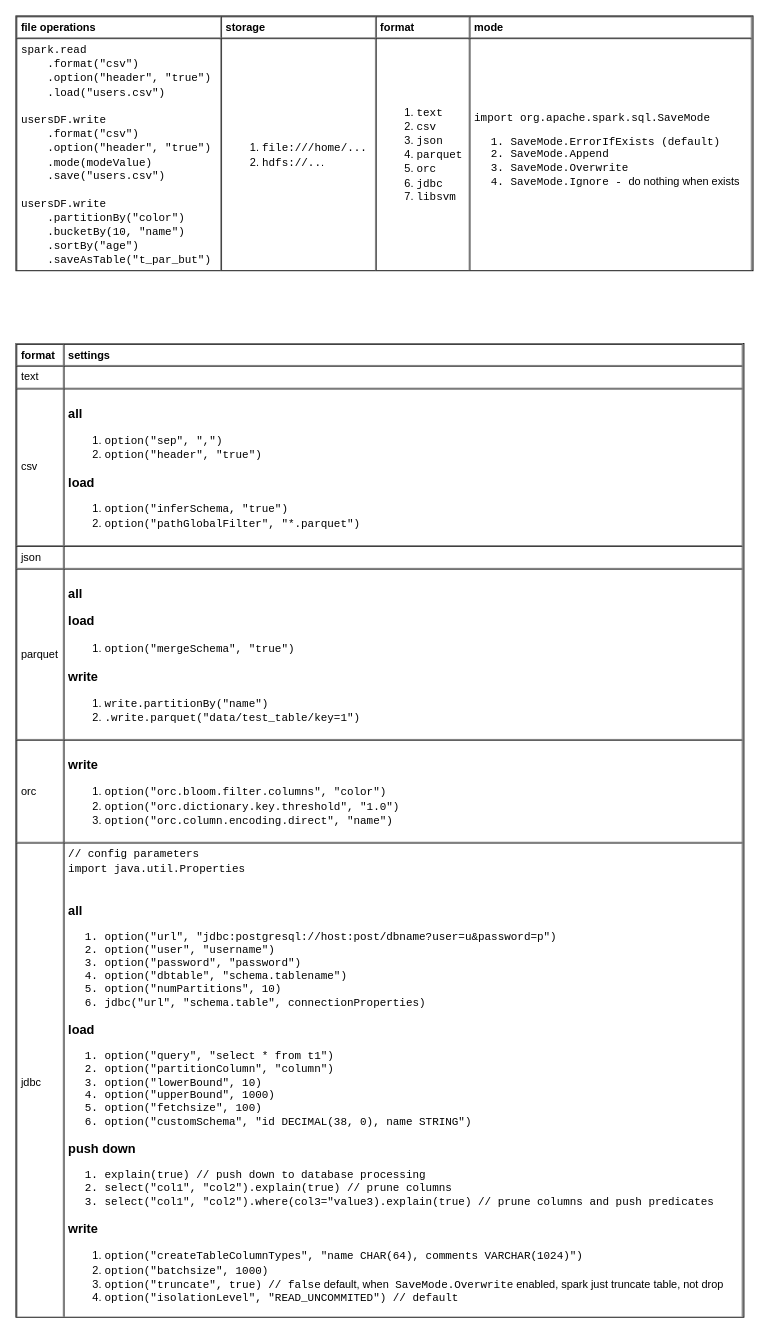
The draw.io diagram page "source-file" (3 of 5) of languages/scala/spark.drawio in yangdj/tf_docs, before the edit. Source tidied: cells renumbered, new cells numbered last; positions are measured from the earlier drawing's top-left corner, leaving out a move shared by most shapes. Both pictures are drawn from the tidied source at 91%, with x=0, y=0 at pixel (15, 15).
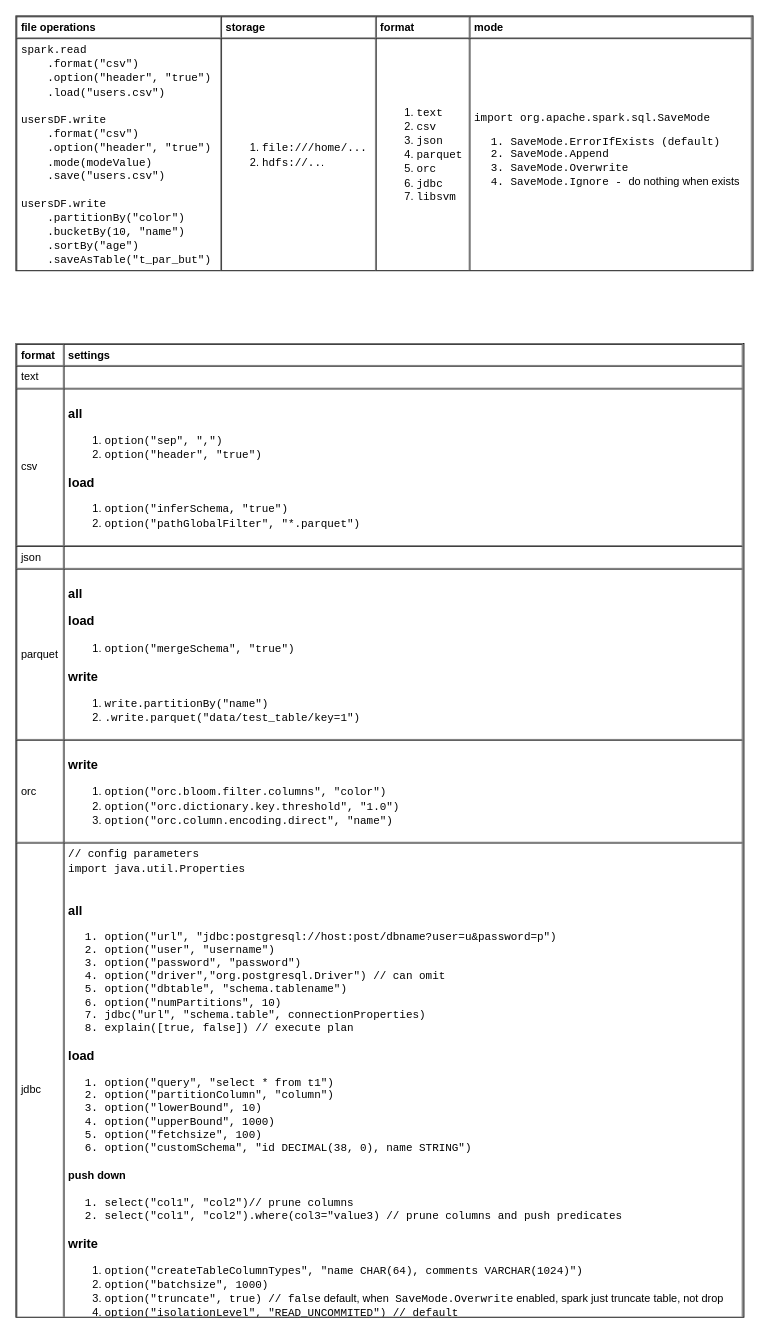
The same page after the edit.

The edit, as a diff of the source:
```diff
@@
 <mxGraphModel>
   <root>
     <mxCell id="0" />
     <mxCell id="1" parent="0" />
-    <mxCell id="2" value="&lt;table cellpadding=&quot;4&quot; cellspacing=&quot;0&quot; border=&quot;1&quot; style=&quot;font-size: 1em ; width: 100% ; height: 100%&quot;&gt;&lt;tbody&gt;&lt;tr&gt;&lt;th&gt;format&lt;/th&gt;&lt;th&gt;settings&lt;/th&gt;&lt;/tr&gt;&lt;tr&gt;&lt;td&gt;text&lt;/td&gt;&lt;td&gt;&lt;br&gt;&lt;/td&gt;&lt;/tr&gt;&lt;tr&gt;&lt;td&gt;csv&lt;/td&gt;&lt;td&gt;&lt;h3&gt;all&lt;/h3&gt;&lt;ol&gt;&lt;li&gt;&lt;font face=&quot;Courier New&quot;&gt;option(&quot;sep&quot;, &quot;,&quot;)&lt;/font&gt;&lt;/li&gt;&lt;li&gt;&lt;font face=&quot;Courier New&quot;&gt;option(&quot;header&quot;, &quot;true&quot;)&lt;/font&gt;&lt;/li&gt;&lt;/ol&gt;&lt;h3&gt;load&lt;/h3&gt;&lt;ol&gt;&lt;li&gt;&lt;font face=&quot;Courier New&quot;&gt;option(&quot;inferSchema, &quot;true&quot;)&lt;/font&gt;&lt;/li&gt;&lt;li&gt;&lt;font face=&quot;Courier New&quot;&gt;option(&quot;pathGlobalFilter&quot;, &quot;*.parquet&quot;)&lt;/font&gt;&lt;/li&gt;&lt;/ol&gt;&lt;/td&gt;&lt;/tr&gt;&lt;tr&gt;&lt;td&gt;json&lt;/td&gt;&lt;td&gt;&lt;/td&gt;&lt;/tr&gt;&lt;tr&gt;&lt;td&gt;parquet&lt;/td&gt;&lt;td&gt;&lt;h3&gt;all&lt;/h3&gt;&lt;h3&gt;load&lt;/h3&gt;&lt;ol&gt;&lt;li&gt;&lt;font face=&quot;Courier New&quot;&gt;option(&quot;mergeSchema&quot;, &quot;true&quot;)&lt;/font&gt;&lt;/li&gt;&lt;/ol&gt;&lt;h3&gt;write&lt;/h3&gt;&lt;div&gt;&lt;ol&gt;&lt;li&gt;&lt;font face=&quot;Courier New&quot;&gt;write.partitionBy(&quot;name&quot;)&lt;/font&gt;&lt;/li&gt;&lt;li&gt;&lt;font face=&quot;Courier New&quot;&gt;.write.parquet(&quot;data/test_table/key=1&quot;)&lt;/font&gt;&lt;/li&gt;&lt;/ol&gt;&lt;/div&gt;&lt;/td&gt;&lt;/tr&gt;&lt;tr&gt;&lt;td&gt;orc&lt;/td&gt;&lt;td&gt;&lt;h3&gt;write&lt;/h3&gt;&lt;div&gt;&lt;ol&gt;&lt;li&gt;&lt;font face=&quot;Courier New&quot;&gt;option(&quot;orc.bloom.filter.columns&quot;, &quot;color&quot;)&lt;/font&gt;&lt;/li&gt;&lt;li&gt;&lt;font face=&quot;Courier New&quot;&gt;option(&quot;orc.dictionary.key.threshold&quot;, &quot;1.0&quot;)&lt;/font&gt;&lt;/li&gt;&lt;li&gt;&lt;font face=&quot;Courier New&quot;&gt;option(&quot;orc.column.encoding.direct&quot;, &quot;name&quot;)&lt;/font&gt;&lt;/li&gt;&lt;/ol&gt;&lt;/div&gt;&lt;/td&gt;&lt;/tr&gt;&lt;tr&gt;&lt;td&gt;jdbc&lt;/td&gt;&lt;td&gt;&lt;font face=&quot;Courier New&quot;&gt;// config parameters&lt;br&gt;import java.util.Properties&lt;br&gt;&lt;br&gt;&lt;/font&gt;&lt;h3&gt;all&lt;/h3&gt;&lt;ol style=&quot;font-family: &amp;#34;courier new&amp;#34;&quot;&gt;&lt;li&gt;&lt;font face=&quot;Courier New&quot;&gt;option(&quot;url&quot;, &quot;jdbc:postgresql://host:post/dbname?user=u&amp;amp;password=p&quot;)&lt;/font&gt;&lt;/li&gt;&lt;li&gt;&lt;font face=&quot;Courier New&quot;&gt;option(&quot;user&quot;, &quot;username&quot;)&lt;/font&gt;&lt;/li&gt;&lt;li&gt;&lt;font face=&quot;Courier New&quot;&gt;option(&quot;password&quot;, &quot;password&quot;)&lt;/font&gt;&lt;/li&gt;&lt;li&gt;&lt;font face=&quot;Courier New&quot;&gt;option(&quot;dbtable&quot;, &quot;schema.tablename&quot;)&lt;/font&gt;&lt;/li&gt;&lt;li&gt;&lt;font face=&quot;Courier New&quot;&gt;option(&quot;numPartitions&quot;, 10)&lt;/font&gt;&lt;/li&gt;&lt;li&gt;&lt;font face=&quot;Courier New&quot;&gt;jdbc(&quot;url&quot;, &quot;schema.table&quot;, connectionProperties)&lt;/font&gt;&lt;/li&gt;&lt;/ol&gt;&lt;h3&gt;load&lt;/h3&gt;&lt;div&gt;&lt;div&gt;&lt;ol&gt;&lt;li style=&quot;font-family: &amp;#34;courier new&amp;#34;&quot;&gt;&lt;font face=&quot;Courier New&quot;&gt;option(&quot;query&quot;, &quot;select * from t1&quot;)&lt;/font&gt;&lt;/li&gt;&lt;li style=&quot;font-family: &amp;#34;courier new&amp;#34;&quot;&gt;option(&quot;partitionColumn&quot;, &quot;column&quot;)&lt;/li&gt;&lt;li style=&quot;font-family: &amp;#34;courier new&amp;#34;&quot;&gt;option(&quot;lowerBound&quot;, 10)&lt;/li&gt;&lt;li style=&quot;font-family: &amp;#34;courier new&amp;#34;&quot;&gt;option(&quot;upperBound&quot;, 1000)&lt;/li&gt;&lt;li style=&quot;font-family: &amp;#34;courier new&amp;#34;&quot;&gt;option(&quot;fetchsize&quot;, 100)&lt;/li&gt;&lt;li style=&quot;font-family: &amp;#34;courier new&amp;#34;&quot;&gt;option(&quot;customSchema&quot;, &quot;id DECIMAL(38, 0), name STRING&quot;)&lt;/li&gt;&lt;/ol&gt;&lt;h3&gt;push down&lt;/h3&gt;&lt;ol&gt;&lt;li style=&quot;font-family: &amp;#34;courier new&amp;#34;&quot;&gt;explain(true) // push down to database processing&lt;/li&gt;&lt;li style=&quot;font-family: &amp;#34;courier new&amp;#34;&quot;&gt;select(&quot;col1&quot;, &quot;col2&quot;).explain(true) // prune columns&lt;/li&gt;&lt;li style=&quot;font-family: &amp;#34;courier new&amp;#34;&quot;&gt;select(&quot;col1&quot;, &quot;col2&quot;).where(col3=&quot;value3).explain(true) // prune columns and push predicates&lt;br&gt;&lt;/li&gt;&lt;/ol&gt;&lt;/div&gt;&lt;h3&gt;write&lt;/h3&gt;&lt;/div&gt;&lt;div&gt;&lt;ol&gt;&lt;li&gt;&lt;font face=&quot;Courier New&quot;&gt;option(&quot;createTableColumnTypes&quot;, &quot;name CHAR(64), comments VARCHAR(1024)&quot;)&lt;/font&gt;&lt;/li&gt;&lt;li&gt;&lt;font face=&quot;Courier New&quot;&gt;option(&quot;batchsize&quot;, 1000)&lt;/font&gt;&lt;/li&gt;&lt;li&gt;&lt;font face=&quot;Courier New&quot;&gt;option(&quot;truncate&quot;, true) // false&lt;/font&gt; default, when&lt;font face=&quot;Courier New&quot;&gt; SaveMode.Overwrite&lt;/font&gt; enabled, spark just truncate table, not drop&lt;/li&gt;&lt;li&gt;&lt;font face=&quot;Courier New&quot;&gt;option(&quot;isolationLevel&quot;, &quot;READ_UNCOMMITED&quot;) // default&lt;/font&gt;&lt;/li&gt;&lt;/ol&gt;&lt;/div&gt;&lt;/td&gt;&lt;/tr&gt;&lt;/tbody&gt;&lt;/table&gt; " style="verticalAlign=top;align=left;overflow=fill;fontSize=12;fontFamily=Helvetica;html=1;" parent="1" vertex="1">
+    <mxCell id="2" value="&lt;table cellpadding=&quot;4&quot; cellspacing=&quot;0&quot; border=&quot;1&quot; style=&quot;font-size: 1em ; width: 100% ; height: 100%&quot;&gt;&lt;tbody&gt;&lt;tr&gt;&lt;th&gt;format&lt;/th&gt;&lt;th&gt;settings&lt;/th&gt;&lt;/tr&gt;&lt;tr&gt;&lt;td&gt;text&lt;/td&gt;&lt;td&gt;&lt;br&gt;&lt;/td&gt;&lt;/tr&gt;&lt;tr&gt;&lt;td&gt;csv&lt;/td&gt;&lt;td&gt;&lt;h3&gt;all&lt;/h3&gt;&lt;ol&gt;&lt;li&gt;&lt;font face=&quot;Courier New&quot;&gt;option(&quot;sep&quot;, &quot;,&quot;)&lt;/font&gt;&lt;/li&gt;&lt;li&gt;&lt;font face=&quot;Courier New&quot;&gt;option(&quot;header&quot;, &quot;true&quot;)&lt;/font&gt;&lt;/li&gt;&lt;/ol&gt;&lt;h3&gt;load&lt;/h3&gt;&lt;ol&gt;&lt;li&gt;&lt;font face=&quot;Courier New&quot;&gt;option(&quot;inferSchema, &quot;true&quot;)&lt;/font&gt;&lt;/li&gt;&lt;li&gt;&lt;font face=&quot;Courier New&quot;&gt;option(&quot;pathGlobalFilter&quot;, &quot;*.parquet&quot;)&lt;/font&gt;&lt;/li&gt;&lt;/ol&gt;&lt;/td&gt;&lt;/tr&gt;&lt;tr&gt;&lt;td&gt;json&lt;/td&gt;&lt;td&gt;&lt;/td&gt;&lt;/tr&gt;&lt;tr&gt;&lt;td&gt;parquet&lt;/td&gt;&lt;td&gt;&lt;h3&gt;all&lt;/h3&gt;&lt;h3&gt;load&lt;/h3&gt;&lt;ol&gt;&lt;li&gt;&lt;font face=&quot;Courier New&quot;&gt;option(&quot;mergeSchema&quot;, &quot;true&quot;)&lt;/font&gt;&lt;/li&gt;&lt;/ol&gt;&lt;h3&gt;write&lt;/h3&gt;&lt;div&gt;&lt;ol&gt;&lt;li&gt;&lt;font face=&quot;Courier New&quot;&gt;write.partitionBy(&quot;name&quot;)&lt;/font&gt;&lt;/li&gt;&lt;li&gt;&lt;font face=&quot;Courier New&quot;&gt;.write.parquet(&quot;data/test_table/key=1&quot;)&lt;/font&gt;&lt;/li&gt;&lt;/ol&gt;&lt;/div&gt;&lt;/td&gt;&lt;/tr&gt;&lt;tr&gt;&lt;td&gt;orc&lt;/td&gt;&lt;td&gt;&lt;h3&gt;write&lt;/h3&gt;&lt;div&gt;&lt;ol&gt;&lt;li&gt;&lt;font face=&quot;Courier New&quot;&gt;option(&quot;orc.bloom.filter.columns&quot;, &quot;color&quot;)&lt;/font&gt;&lt;/li&gt;&lt;li&gt;&lt;font face=&quot;Courier New&quot;&gt;option(&quot;orc.dictionary.key.threshold&quot;, &quot;1.0&quot;)&lt;/font&gt;&lt;/li&gt;&lt;li&gt;&lt;font face=&quot;Courier New&quot;&gt;option(&quot;orc.column.encoding.direct&quot;, &quot;name&quot;)&lt;/font&gt;&lt;/li&gt;&lt;/ol&gt;&lt;/div&gt;&lt;/td&gt;&lt;/tr&gt;&lt;tr&gt;&lt;td&gt;jdbc&lt;/td&gt;&lt;td&gt;&lt;font face=&quot;Courier New&quot;&gt;// config parameters&lt;br&gt;import java.util.Properties&lt;br&gt;&lt;br&gt;&lt;/font&gt;&lt;h3&gt;all&lt;/h3&gt;&lt;ol&gt;&lt;li style=&quot;font-family: &amp;#34;courier new&amp;#34;&quot;&gt;&lt;font face=&quot;Courier New&quot;&gt;option(&quot;url&quot;, &quot;jdbc:postgresql://host:post/dbname?user=u&amp;amp;password=p&quot;)&lt;/font&gt;&lt;/li&gt;&lt;li style=&quot;font-family: &amp;#34;courier new&amp;#34;&quot;&gt;&lt;font face=&quot;Courier New&quot;&gt;option(&quot;user&quot;, &quot;username&quot;)&lt;/font&gt;&lt;/li&gt;&lt;li style=&quot;font-family: &amp;#34;courier new&amp;#34;&quot;&gt;&lt;font face=&quot;Courier New&quot;&gt;option(&quot;password&quot;, &quot;password&quot;)&lt;/font&gt;&lt;/li&gt;&lt;li style=&quot;font-family: &amp;#34;courier new&amp;#34;&quot;&gt;option(&quot;driver&quot;,&quot;org.postgresql.Driver&quot;) // can omit&lt;/li&gt;&lt;li style=&quot;font-family: &amp;#34;courier new&amp;#34;&quot;&gt;&lt;font face=&quot;Courier New&quot;&gt;option(&quot;dbtable&quot;, &quot;schema.tablename&quot;)&lt;/font&gt;&lt;/li&gt;&lt;li style=&quot;font-family: &amp;#34;courier new&amp;#34;&quot;&gt;&lt;font face=&quot;Courier New&quot;&gt;option(&quot;numPartitions&quot;, 10)&lt;/font&gt;&lt;/li&gt;&lt;li style=&quot;font-family: &amp;#34;courier new&amp;#34;&quot;&gt;&lt;font face=&quot;Courier New&quot;&gt;jdbc(&quot;url&quot;, &quot;schema.table&quot;, connectionProperties)&lt;/font&gt;&lt;/li&gt;&lt;li style=&quot;font-family: &amp;#34;courier new&amp;#34;&quot;&gt;&lt;font face=&quot;Courier New&quot;&gt;explain([true, false]) // execute plan&lt;/font&gt;&lt;/li&gt;&lt;/ol&gt;&lt;h3&gt;load&lt;/h3&gt;&lt;div&gt;&lt;div&gt;&lt;ol&gt;&lt;li style=&quot;font-family: &amp;#34;courier new&amp;#34;&quot;&gt;&lt;font face=&quot;Courier New&quot;&gt;option(&quot;query&quot;, &quot;select * from t1&quot;)&lt;/font&gt;&lt;/li&gt;&lt;li style=&quot;font-family: &amp;#34;courier new&amp;#34;&quot;&gt;option(&quot;partitionColumn&quot;, &quot;column&quot;)&lt;/li&gt;&lt;li style=&quot;font-family: &amp;#34;courier new&amp;#34;&quot;&gt;option(&quot;lowerBound&quot;, 10)&lt;/li&gt;&lt;li style=&quot;font-family: &amp;#34;courier new&amp;#34;&quot;&gt;option(&quot;upperBound&quot;, 1000)&lt;/li&gt;&lt;li style=&quot;font-family: &amp;#34;courier new&amp;#34;&quot;&gt;option(&quot;fetchsize&quot;, 100)&lt;/li&gt;&lt;li style=&quot;font-family: &amp;#34;courier new&amp;#34;&quot;&gt;option(&quot;customSchema&quot;, &quot;id DECIMAL(38, 0), name STRING&quot;)&lt;/li&gt;&lt;/ol&gt;&lt;h4&gt;push down&lt;/h4&gt;&lt;ol&gt;&lt;li style=&quot;font-family: &amp;#34;courier new&amp;#34;&quot;&gt;&lt;span style=&quot;font-size: 1em&quot;&gt;select(&quot;col1&quot;, &quot;col2&quot;)// prune columns&lt;/span&gt;&lt;br&gt;&lt;/li&gt;&lt;li style=&quot;font-family: &amp;#34;courier new&amp;#34;&quot;&gt;select(&quot;col1&quot;, &quot;col2&quot;).where(col3=&quot;value3) // prune columns and push predicates&lt;br&gt;&lt;/li&gt;&lt;/ol&gt;&lt;/div&gt;&lt;h3&gt;write&lt;/h3&gt;&lt;/div&gt;&lt;div&gt;&lt;ol&gt;&lt;li&gt;&lt;font face=&quot;Courier New&quot;&gt;option(&quot;createTableColumnTypes&quot;, &quot;name CHAR(64), comments VARCHAR(1024)&quot;)&lt;/font&gt;&lt;/li&gt;&lt;li&gt;&lt;font face=&quot;Courier New&quot;&gt;option(&quot;batchsize&quot;, 1000)&lt;/font&gt;&lt;/li&gt;&lt;li&gt;&lt;font face=&quot;Courier New&quot;&gt;option(&quot;truncate&quot;, true) // false&lt;/font&gt; default, when&lt;font face=&quot;Courier New&quot;&gt; SaveMode.Overwrite&lt;/font&gt; enabled, spark just truncate table, not drop&lt;/li&gt;&lt;li&gt;&lt;font face=&quot;Courier New&quot;&gt;option(&quot;isolationLevel&quot;, &quot;READ_UNCOMMITED&quot;) // default&lt;/font&gt;&lt;/li&gt;&lt;/ol&gt;&lt;/div&gt;&lt;/td&gt;&lt;/tr&gt;&lt;/tbody&gt;&lt;/table&gt; " style="verticalAlign=top;align=left;overflow=fill;fontSize=12;fontFamily=Helvetica;html=1;" parent="1" vertex="1">
       <mxGeometry y="360" width="800" height="1070" as="geometry" />
     </mxCell>
     <mxCell id="3" value="&lt;table cellpadding=&quot;4&quot; cellspacing=&quot;0&quot; border=&quot;1&quot; style=&quot;font-size: 1em ; width: 100% ; height: 100%&quot;&gt;&lt;tbody&gt;&lt;tr&gt;&lt;th&gt;file operations&lt;/th&gt;&lt;td&gt;&lt;b&gt;storage&lt;/b&gt;&lt;/td&gt;&lt;th&gt;format&lt;/th&gt;&lt;td&gt;&lt;b&gt;mode&lt;/b&gt;&lt;/td&gt;&lt;/tr&gt;&lt;tr&gt;&lt;td&gt;&lt;font face=&quot;Courier New&quot;&gt;spark.read&lt;br&gt;&amp;nbsp; &amp;nbsp; .format(&quot;csv&quot;)&lt;br&gt;&amp;nbsp; &amp;nbsp; .option(&quot;header&quot;, &quot;true&quot;)&lt;br&gt;&amp;nbsp; &amp;nbsp; .load(&quot;users.csv&quot;)&lt;br&gt;&lt;br&gt;usersDF.write&lt;br&gt;&amp;nbsp; &amp;nbsp; .format(&quot;csv&quot;)&lt;br&gt;&amp;nbsp; &amp;nbsp; .option(&quot;header&quot;, &quot;true&quot;)&lt;br&gt;&amp;nbsp; &amp;nbsp; .mode(modeValue)&lt;br&gt;&amp;nbsp; &amp;nbsp; .save(&quot;users.csv&quot;)&lt;br&gt;&lt;br&gt;usersDF.write&lt;br&gt;&amp;nbsp; &amp;nbsp; .partitionBy(&quot;color&quot;)&lt;br&gt;&amp;nbsp; &amp;nbsp; .bucketBy(10, &quot;name&quot;)&lt;br&gt;&amp;nbsp; &amp;nbsp; .sortBy(&quot;age&quot;)&lt;br&gt;&amp;nbsp; &amp;nbsp; .saveAsTable(&quot;t_par_but&quot;)&lt;/font&gt;&lt;/td&gt;&lt;td&gt;&lt;ol&gt;&lt;li&gt;&lt;font face=&quot;Courier New&quot;&gt;file:///home/...&lt;/font&gt;&lt;/li&gt;&lt;li&gt;&lt;font face=&quot;Courier New&quot;&gt;hdfs://..&lt;/font&gt;.&lt;/li&gt;&lt;/ol&gt;&lt;/td&gt;&lt;td&gt;&lt;ol&gt;&lt;li&gt;&lt;font face=&quot;Courier New&quot;&gt;text&lt;/font&gt;&lt;/li&gt;&lt;li&gt;&lt;font face=&quot;Courier New&quot;&gt;csv&lt;/font&gt;&lt;/li&gt;&lt;li&gt;&lt;font face=&quot;Courier New&quot;&gt;json&lt;/font&gt;&lt;/li&gt;&lt;li&gt;&lt;font face=&quot;Courier New&quot;&gt;parquet&lt;/font&gt;&lt;/li&gt;&lt;li&gt;&lt;font face=&quot;Courier New&quot;&gt;orc&lt;/font&gt;&lt;/li&gt;&lt;li&gt;&lt;font face=&quot;Courier New&quot;&gt;jdbc&lt;/font&gt;&lt;/li&gt;&lt;li&gt;&lt;font face=&quot;Courier New&quot;&gt;libsvm&lt;/font&gt;&lt;/li&gt;&lt;/ol&gt;&lt;/td&gt;&lt;td&gt;&lt;font face=&quot;Courier New&quot;&gt;import org.apache.spark.sql.SaveMode&lt;/font&gt;&lt;br&gt;&lt;ol&gt;&lt;li style=&quot;font-family: &amp;#34;courier new&amp;#34;&quot;&gt;SaveMode.ErrorIfExists (default)&lt;/li&gt;&lt;li style=&quot;font-family: &amp;#34;courier new&amp;#34;&quot;&gt;SaveMode.Append&lt;/li&gt;&lt;li style=&quot;font-family: &amp;#34;courier new&amp;#34;&quot;&gt;SaveMode.Overwrite&lt;/li&gt;&lt;li style=&quot;font-family: &amp;#34;courier new&amp;#34;&quot;&gt;&lt;font face=&quot;Courier New&quot; style=&quot;font-size: 1em&quot;&gt;SaveMode.Ignore - &lt;/font&gt;&lt;span style=&quot;font-size: 1em ; font-family: &amp;#34;helvetica&amp;#34;&quot;&gt;do nothing when exists&lt;/span&gt;&lt;/li&gt;&lt;/ol&gt;&lt;/td&gt;&lt;/tr&gt;&lt;/tbody&gt;&lt;/table&gt; " style="verticalAlign=top;align=left;overflow=fill;fontSize=12;fontFamily=Helvetica;html=1;" parent="1" vertex="1">
       <mxGeometry width="810" height="280" as="geometry" />
     </mxCell>
   </root>
 </mxGraphModel>
```
